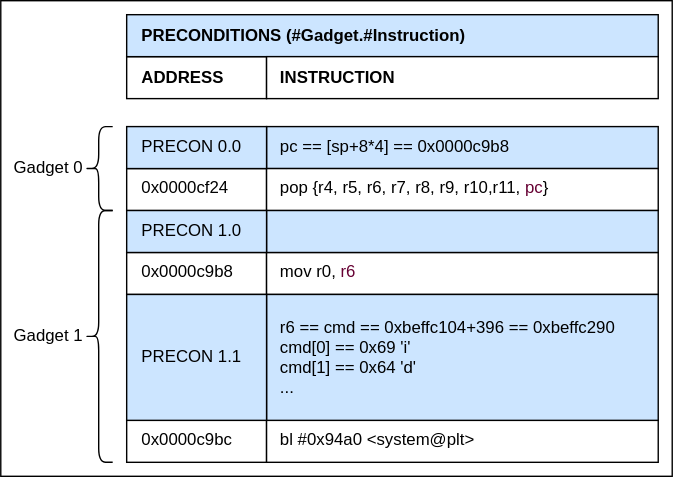
The draw.io diagram images/ROP_Chain.svg in cyber-defence-campus/netgear_r6700v3_circled, before a commit. Source tidied: cells renumbered, new cells last; positions are measured from the earlier drawing's top-left corner, leaving out a move shared by most shapes.
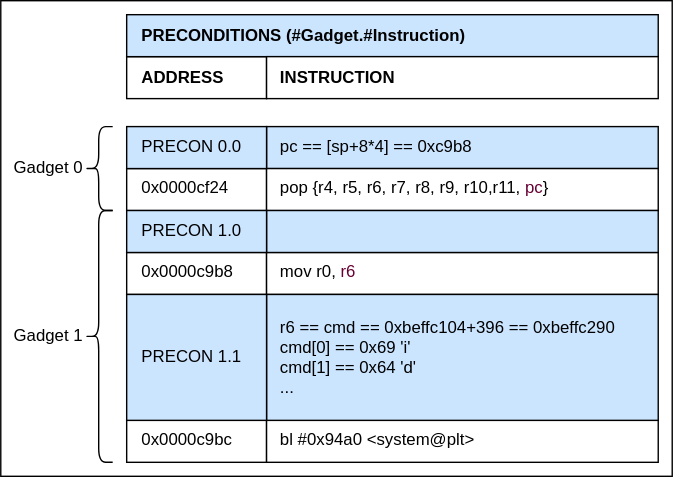
After the commit.

What changed in the source:
```diff
@@ -29,7 +29,7 @@
     <mxCell id="10" value="&lt;b&gt;PRECONDITIONS (#Gadget.#Instruction)&lt;br&gt;&lt;/b&gt;" style="rounded=0;whiteSpace=wrap;html=1;verticalAlign=middle;align=left;spacingLeft=9;spacingRight=8;fillColor=#CCE5FF;fillStyle=auto;" parent="1" vertex="1">
       <mxGeometry x="90" y="10" width="380" height="30" as="geometry" />
     </mxCell>
-    <mxCell id="11" value="pc == [sp+8*4] == 0x0000c9b8" style="rounded=0;whiteSpace=wrap;html=1;verticalAlign=middle;align=left;spacingLeft=8;spacingRight=8;fillColor=#CCE5FF;" parent="1" vertex="1">
+    <mxCell id="11" value="pc == [sp+8*4] == 0xc9b8" style="rounded=0;whiteSpace=wrap;html=1;verticalAlign=middle;align=left;spacingLeft=8;spacingRight=8;fillColor=#CCE5FF;" parent="1" vertex="1">
       <mxGeometry x="190" y="90" width="280" height="30" as="geometry" />
     </mxCell>
     <mxCell id="12" value="pop {r4, r5, r6, r7, r8, r9, r10,r11, &lt;font color=&quot;#660033&quot;&gt;pc&lt;/font&gt;}" style="rounded=0;whiteSpace=wrap;html=1;verticalAlign=top;align=left;spacingLeft=8;spacingRight=8;fontColor=#000000;" parent="1" vertex="1">
```
